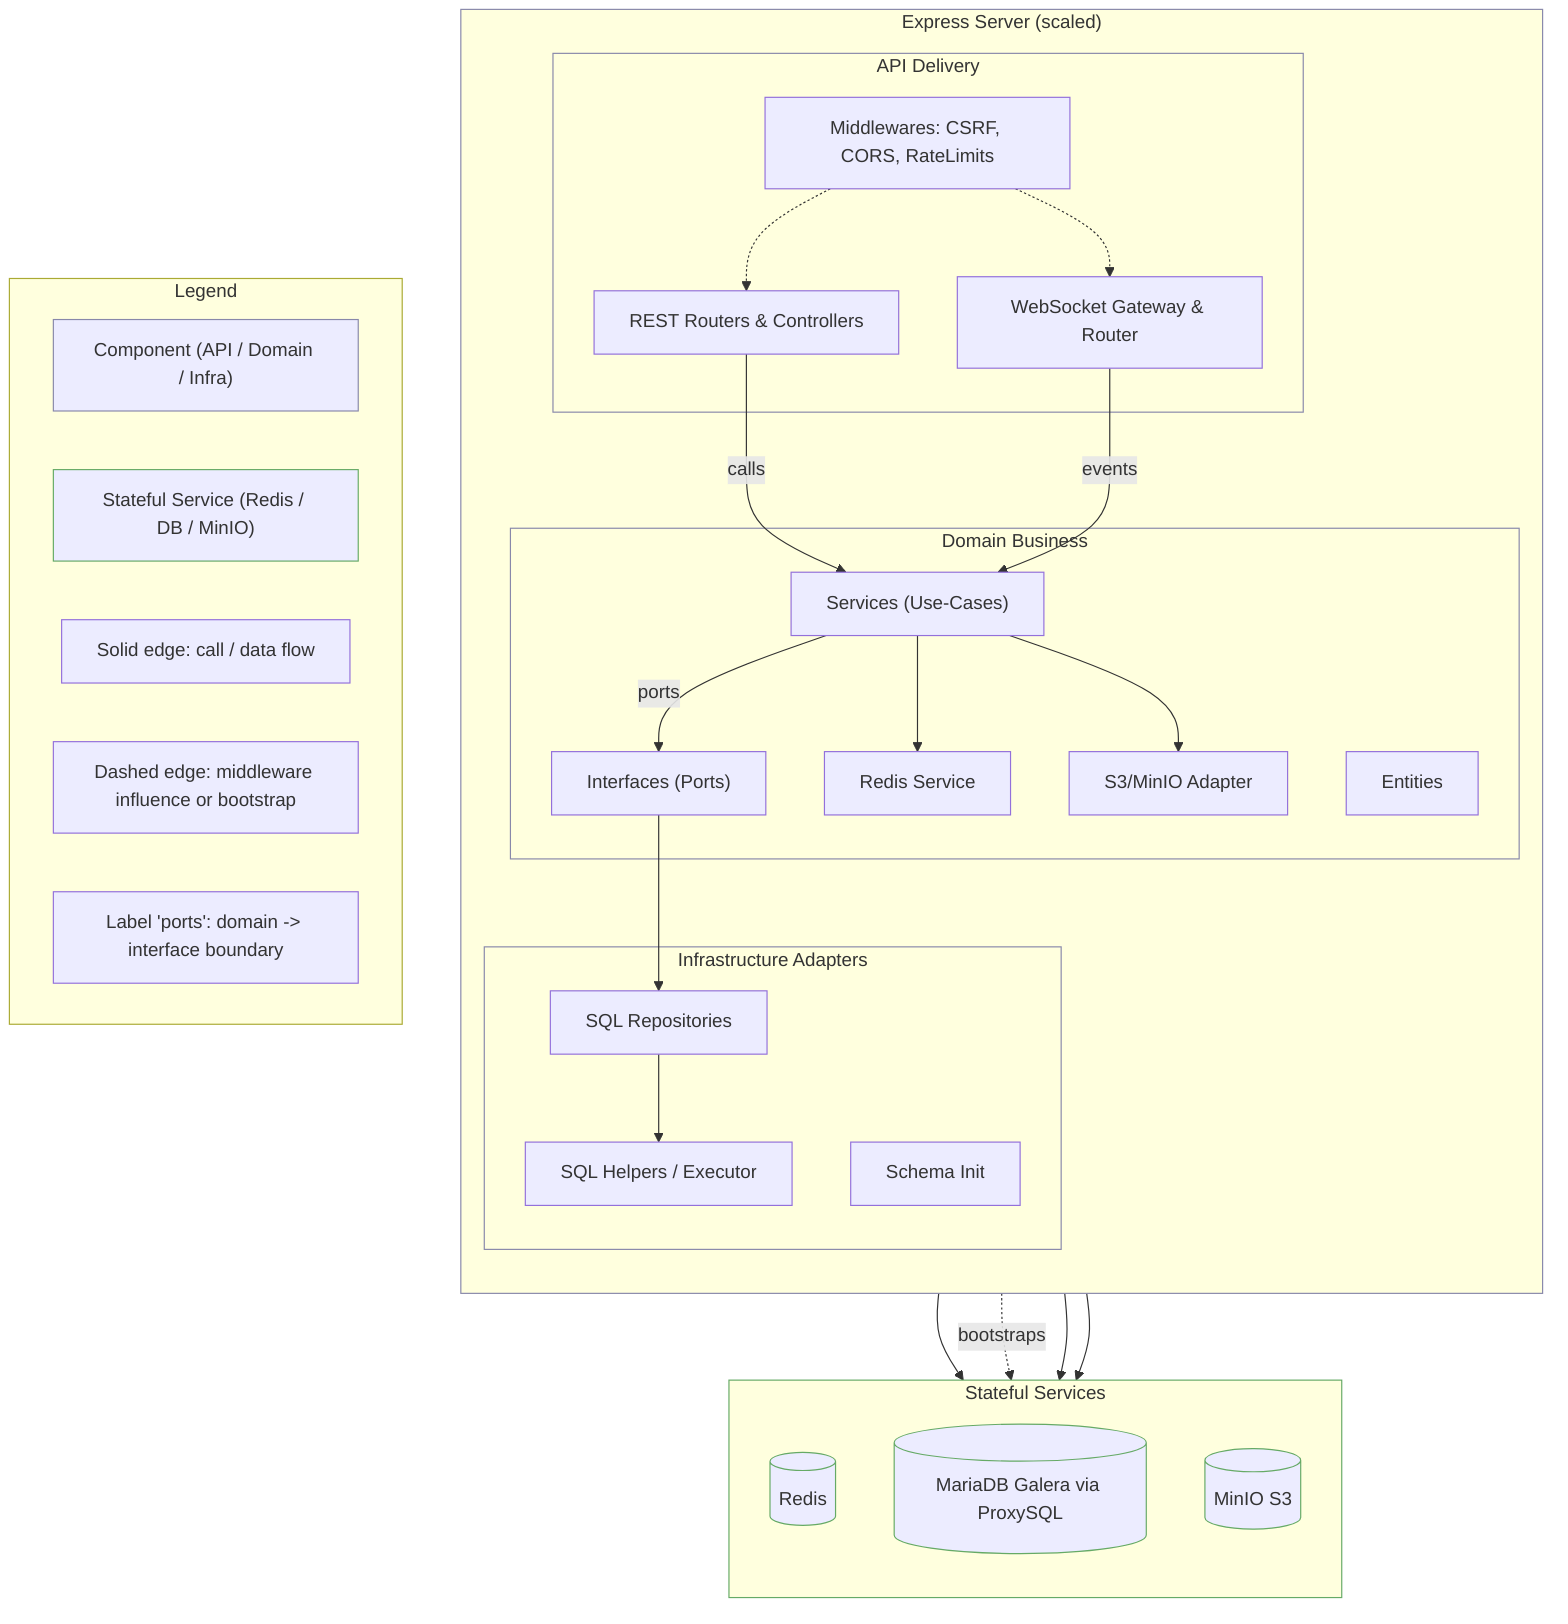
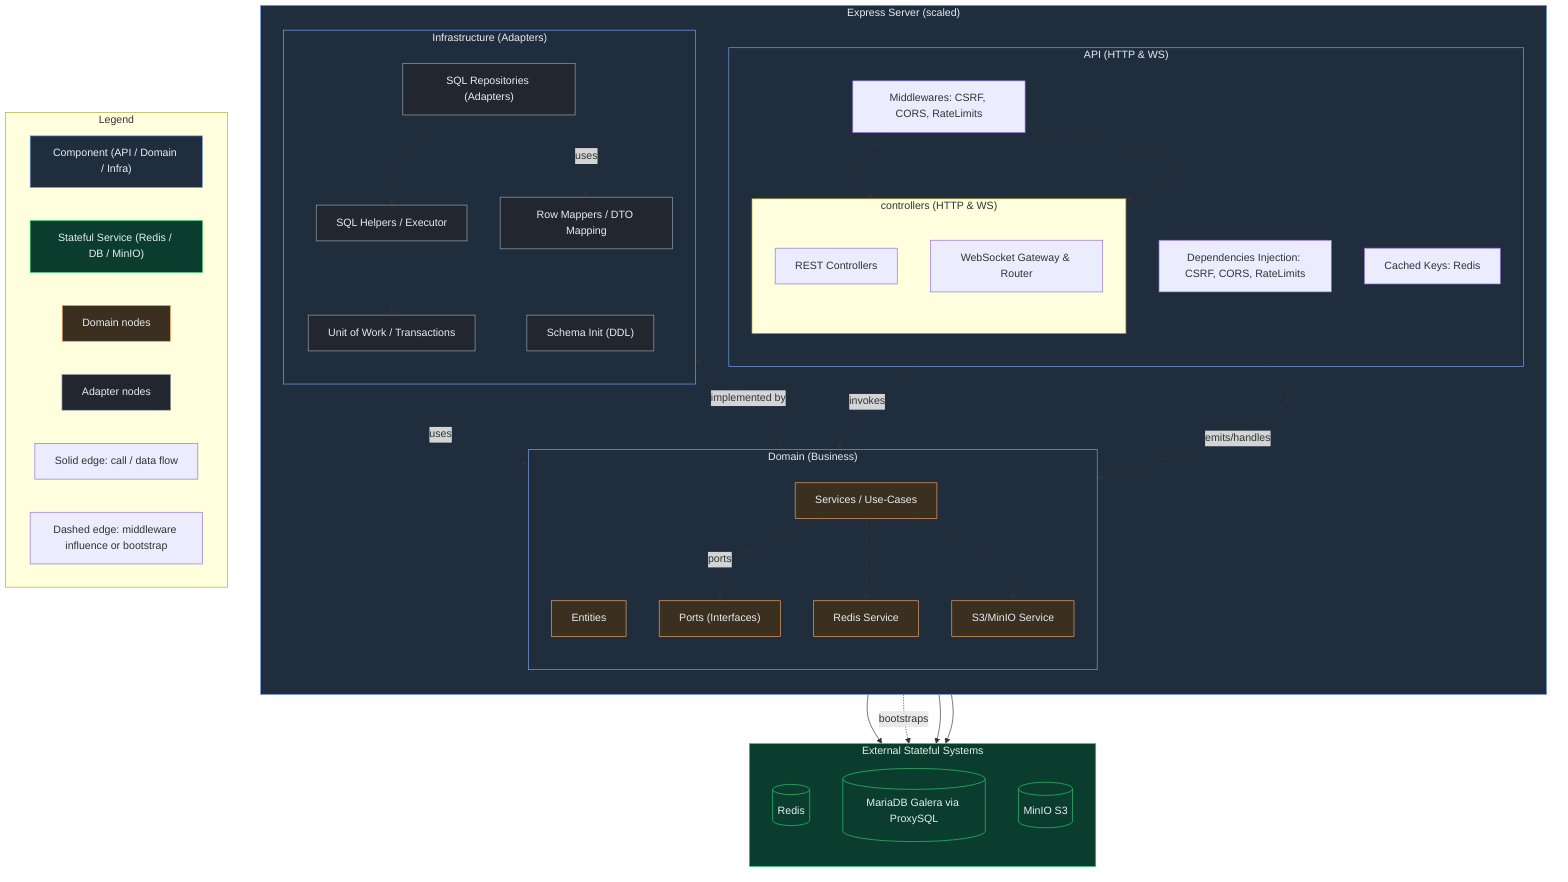
flowchart TB
  subgraph Server["Express Server (scaled)"]
    direction TB
-     subgraph API["API Delivery"]
-       REST["REST Routers & Controllers"]
-       WS["WebSocket Gateway & Router"]
+ 
+     subgraph API["API (HTTP & WS)"]
+       direction TB
      MW["Middlewares: CSRF, CORS, RateLimits"]
+       DI["Dependencies Injection: CSRF, CORS, RateLimits"]
+       CK["Cached Keys: Redis"]
+       subgraph controllers["controllers (HTTP & WS)"]
+         direction TB
+         REST["REST Controllers"]
+         WS["WebSocket Gateway & Router"]
+       end
    end

-     subgraph Domain["Domain Business"]
+     subgraph Domain["Domain (Business)"]
+       direction TB
      ENT["Entities"]
-       SRV["Services (Use-Cases)"]
-       IF["Interfaces (Ports)"]
+       SRV["Services / Use-Cases"]
+       IF["Ports (Interfaces)"]
      REDIS["Redis Service"]
-       S3["S3/MinIO Adapter"]
+       S3["S3/MinIO Service"]
    end

-     subgraph Infra["Infrastructure Adapters"]
-       DBRepos["SQL Repositories"]
+     subgraph Infra["Infrastructure (Adapters)"]
+       direction TB
+       DBRepos["SQL Repositories (Adapters)"]
      SQL["SQL Helpers / Executor"]
-       MIGR["Schema Init"]
+       UOW["Unit of Work / Transactions"]
+       MAP["Row Mappers / DTO Mapping"]
+       MIGR["Schema Init (DDL)"]
    end
  end

-   subgraph Data["Stateful Services"]
+   subgraph Data["External Stateful Systems"]
    direction TB
    RDS[("Redis")]
    DB[("MariaDB Galera via ProxySQL")]
    MINIO[("MinIO S3")]
  end

-   REST -->|calls| SRV
-   WS -->|events| SRV
-   MW -.-> REST
-   MW -.-> WS
+   REST -->|invokes| SRV
+   WS -->|emits/handles| SRV
+   MW --> REST
+   MW --> WS

  SRV -->|ports| IF
-   IF --> DBRepos
+   IF -->|implemented by| DBRepos
  DBRepos --> SQL --> DB
+   SQL --> UOW
+   DBRepos -.uses .-> MAP
+   DBRepos -.uses .-> ENT
  MIGR -.bootstraps .-> DB

  SRV --> REDIS --> RDS
  SRV --> S3 --> MINIO

-   classDef comp fill:#00,stroke:#88a,stroke-width:1px
-   classDef state fill:#ee,stroke:#6a6,stroke-width:1px
+   %% Visual styles (dark-friendly)
+   classDef comp fill:#1f2d3d,stroke:#7aa2f7,stroke-width:1px,color:#e6edf3
+   classDef state fill:#0b3d2e,stroke:#2ecc71,stroke-width:1px,color:#e6edf3
+   classDef dom fill:#3b2f1f,stroke:#f4a261,stroke-width:1px,color:#e6edf3
+   classDef adp fill:#22262e,stroke:#9aa5b1,stroke-width:1px,color:#e6edf3

  class Server,API,Domain,Infra comp
  class Data,RDS,DB,MINIO state
+   class ENT,SRV,IF,REDIS,S3 dom
+   class DBRepos,SQL,MIGR,UOW,MAP adp

  %% Legend
  subgraph Legend["Legend"]
    LC["Component (API / Domain / Infra)"]
    LS["Stateful Service (Redis / DB / MinIO)"]
+     LD["Domain nodes"]
+     LA["Adapter nodes"]
    LE1["Solid edge: call / data flow"]
    LE2["Dashed edge: middleware influence or bootstrap"]
-     LE3["Label 'ports': domain -> interface boundary"]
  end
  class LC comp
-   class LS state+   class LS state
+   class LD dom
+   class LA adp